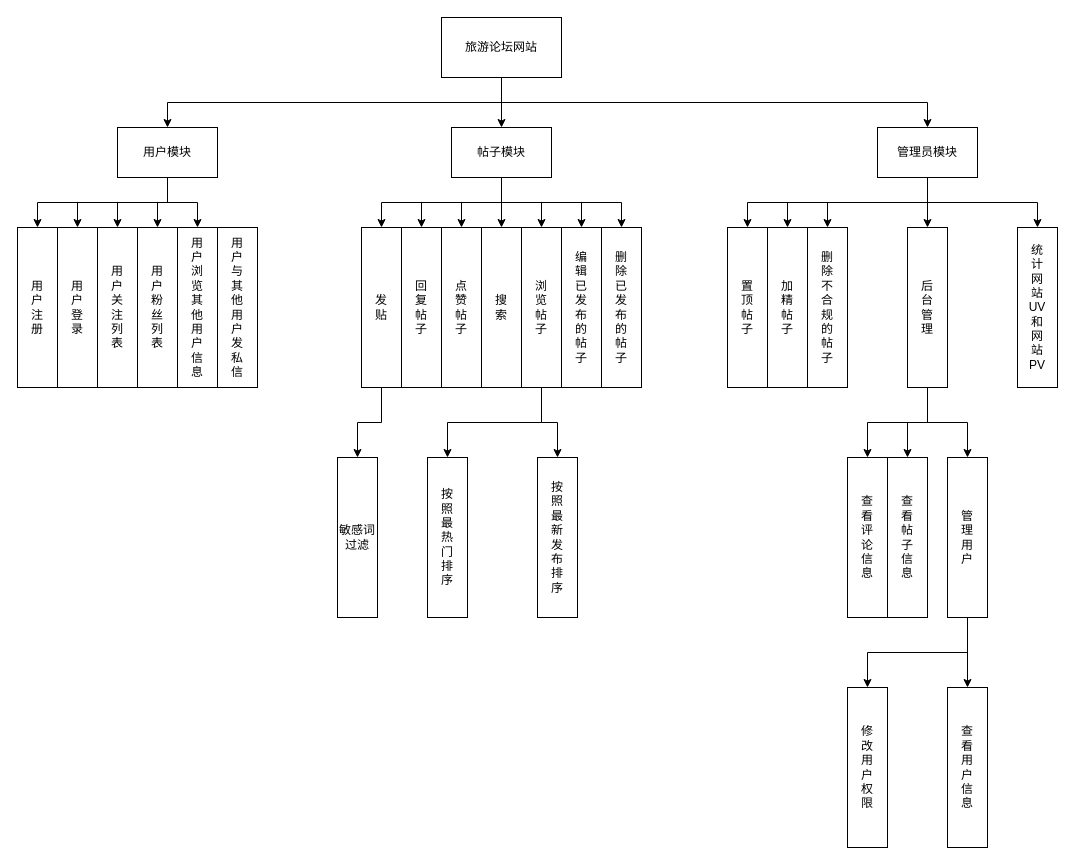
RedFlowerYeah/travelfourm keeps this draw.io diagram as Funtion.drawio. Above is the earlier version. Source tidied: cells renumbered, new cells numbered last; positions are measured from the earlier drawing's top-left corner, leaving out a move shared by most shapes. Both pictures are drawn from the tidied source at 100%, with x=0, y=0 at pixel (17, 17).
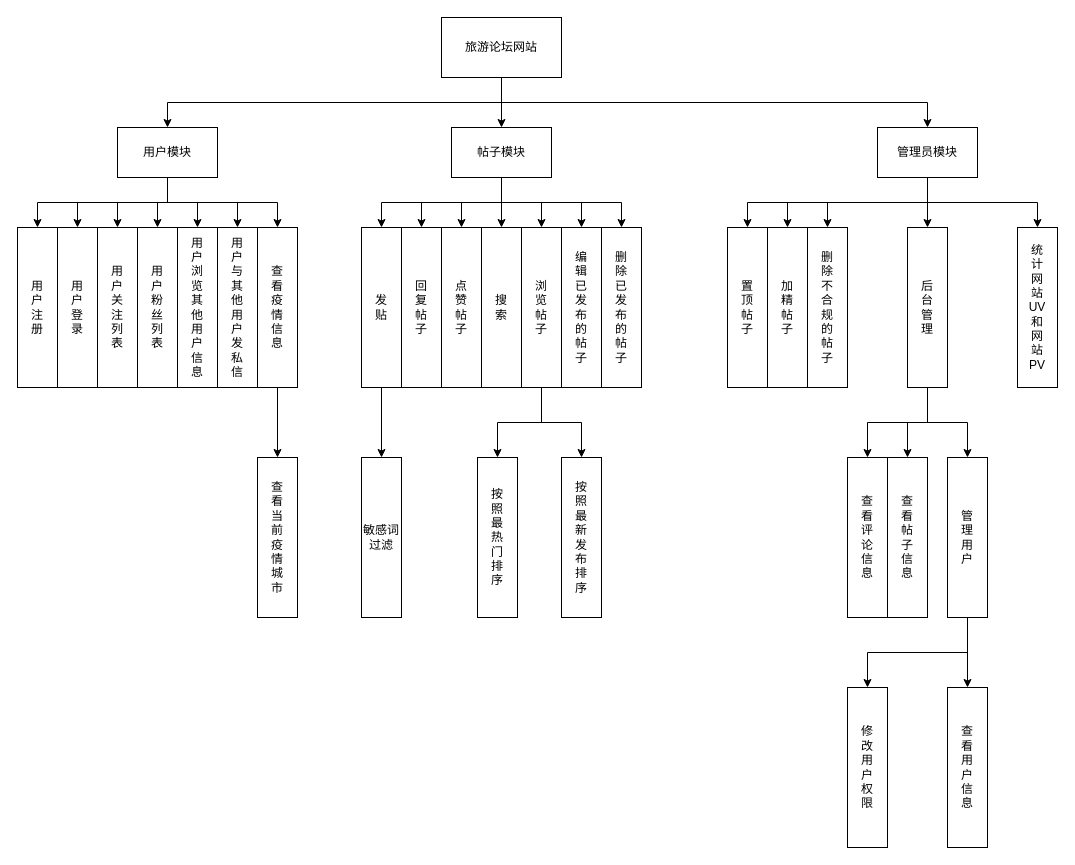
Above is the later version.

Unchanged cells that the change refers to:
```xml
<mxCell id="11" value="用户模块" style="rounded=0;whiteSpace=wrap;html=1;" parent="1" vertex="1">
  <mxGeometry x="100" y="110" width="100" height="50" as="geometry" />
</mxCell>
<mxCell id="31" value="用&lt;br&gt;户&lt;br&gt;与&lt;br&gt;其&lt;br&gt;他&lt;br&gt;用&lt;br&gt;户&lt;br&gt;发&lt;br&gt;私&lt;br&gt;信" style="rounded=0;whiteSpace=wrap;html=1;" parent="1" vertex="1">
  <mxGeometry x="200" y="210" width="40" height="160" as="geometry" />
</mxCell>
```

Change to the diagram source:
```diff
@@
+    <mxCell id="60" style="edgeStyle=orthogonalEdgeStyle;rounded=0;jettySize=auto;html=1;exitX=0.5;exitY=1;exitDx=0;exitDy=0;entryX=0.5;entryY=0;entryDx=0;entryDy=0;" parent="1" edge="1" source="11" target="31">
+      <mxGeometry relative="1" as="geometry" />
+    </mxCell>
+    <mxCell id="61" style="edgeStyle=orthogonalEdgeStyle;rounded=0;jettySize=auto;html=1;exitX=0.5;exitY=1;exitDx=0;exitDy=0;" parent="1" edge="1" source="11" target="63">
+      <mxGeometry relative="1" as="geometry" />
+    </mxCell>
@@
     <mxCell id="50" value="按&lt;br&gt;照&lt;br&gt;最&lt;br&gt;热&lt;br&gt;门&lt;br&gt;排&lt;br&gt;序" style="rounded=0;whiteSpace=wrap;html=1;" parent="1" vertex="1">
-      <mxGeometry x="410" y="440" width="40" height="160" as="geometry" />
+      <mxGeometry x="460" y="440" width="40" height="160" as="geometry" />
     </mxCell>
     <mxCell id="51" value="按&lt;br&gt;照&lt;br&gt;最&lt;br&gt;新&lt;br&gt;发&lt;br&gt;布&lt;br&gt;排&lt;br&gt;序" style="rounded=0;whiteSpace=wrap;html=1;" parent="1" vertex="1">
-      <mxGeometry x="520" y="440" width="40" height="160" as="geometry" />
+      <mxGeometry x="544" y="440" width="40" height="160" as="geometry" />
     </mxCell>
@@
     <mxCell id="53" value="敏感词过滤" style="rounded=0;whiteSpace=wrap;html=1;" parent="1" vertex="1">
-      <mxGeometry x="320" y="440" width="40" height="160" as="geometry" />
+      <mxGeometry x="344" y="440" width="40" height="160" as="geometry" />
     </mxCell>
@@
+    <mxCell id="62" style="edgeStyle=orthogonalEdgeStyle;rounded=0;jettySize=auto;html=1;exitX=0.5;exitY=1;exitDx=0;exitDy=0;" parent="1" edge="1" source="63" target="64">
+      <mxGeometry relative="1" as="geometry" />
+    </mxCell>
+    <mxCell id="63" value="查&lt;br&gt;看&lt;br&gt;疫&lt;br&gt;情&lt;br&gt;信&lt;br&gt;息" style="rounded=0;whiteSpace=wrap;html=1;" parent="1" vertex="1">
+      <mxGeometry x="240" y="210" width="40" height="160" as="geometry" />
+    </mxCell>
+    <mxCell id="64" value="查&lt;br&gt;看&lt;br&gt;当&lt;br&gt;前&lt;br&gt;疫&lt;br&gt;情&lt;br&gt;城&lt;br&gt;市" style="rounded=0;whiteSpace=wrap;html=1;" parent="1" vertex="1">
+      <mxGeometry x="240" y="440" width="40" height="160" as="geometry" />
+    </mxCell>
```
